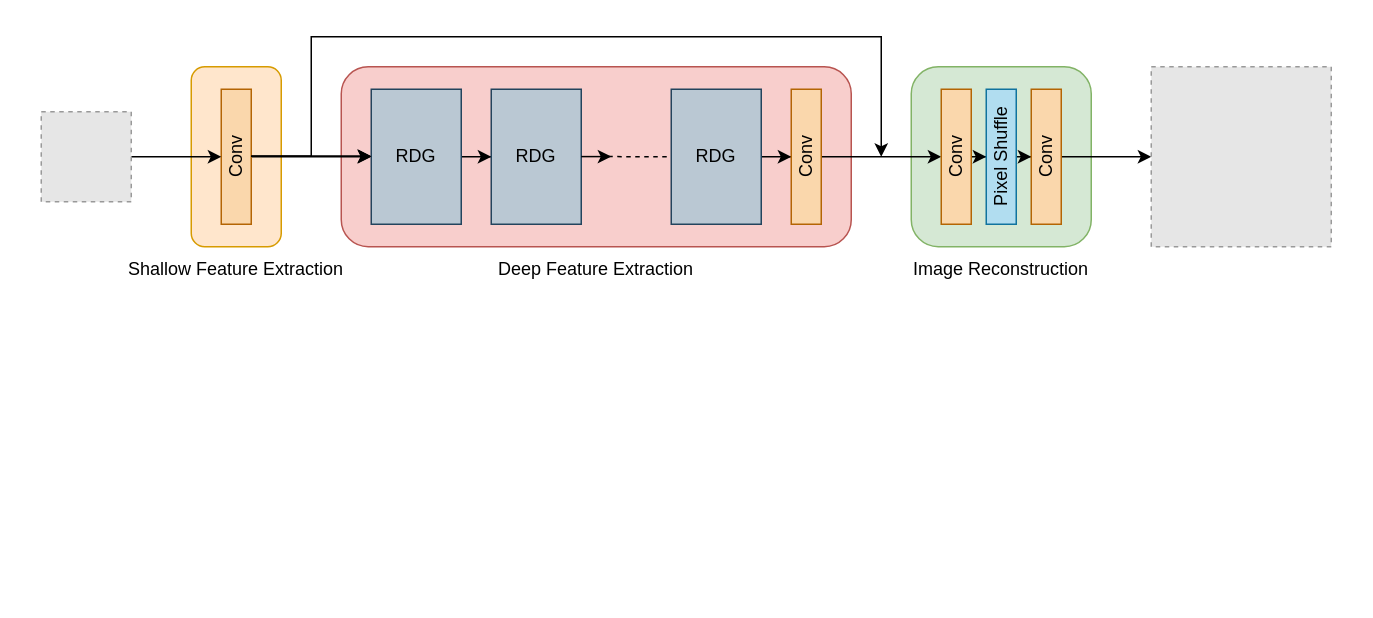
Above: 流程.drawio in hezhiyang2000/weather (draw.io), before the change. Source tidied: cells renumbered, new cells numbered last; positions are measured from the earlier drawing's top-left corner, leaving out a move shared by most shapes. Both pictures are drawn from the tidied source at 150%, with x=0, y=0 at pixel (40, 36). Pictures stored in the file or linked from it are replaced by grey dashed boxes.
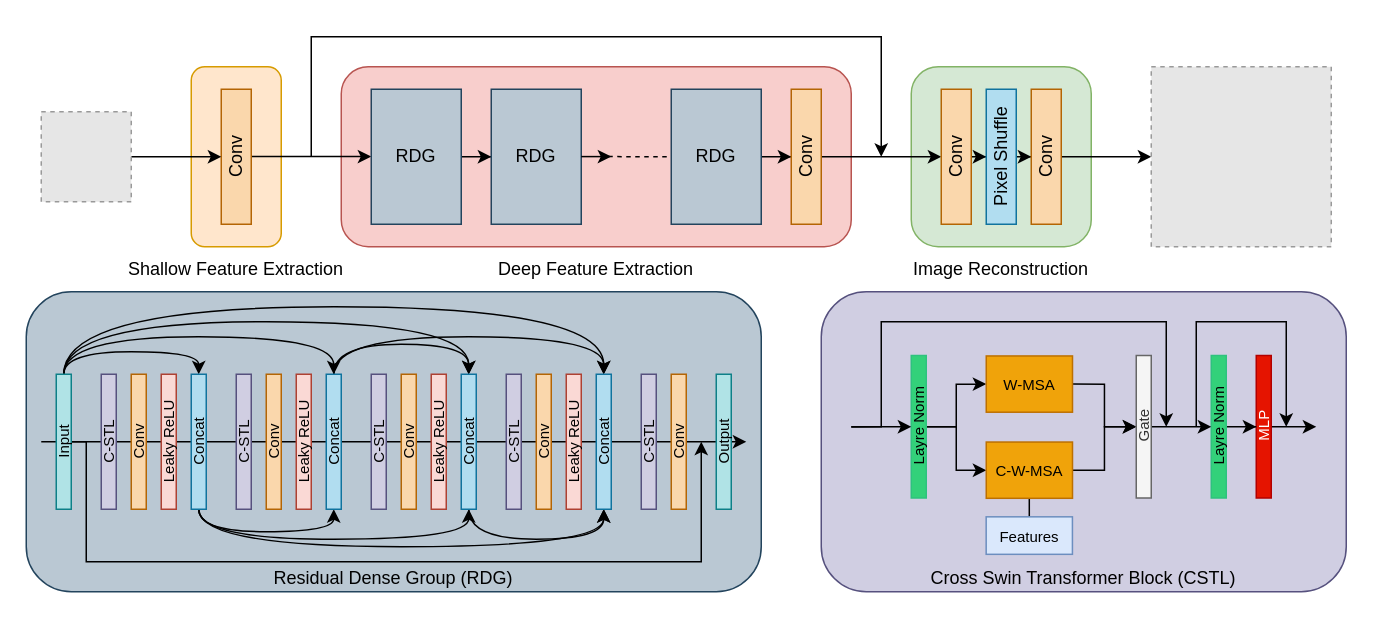
Above is the later version.

The change refers to these unchanged cells:
```xml
<mxCell id="6" value="Conv" style="rounded=0;whiteSpace=wrap;html=1;fillColor=#fad7ac;strokeColor=#b46504;labelBackgroundColor=none;labelBorderColor=none;verticalAlign=middle;horizontal=0;" parent="1" vertex="1">
  <mxGeometry x="120" y="35" width="20" height="90" as="geometry" />
</mxCell>
<mxCell id="8" value="RDG" style="rounded=0;whiteSpace=wrap;html=1;fillColor=#bac8d3;strokeColor=#23445d;" parent="1" vertex="1">
  <mxGeometry x="220" y="35" width="60" height="90" as="geometry" />
</mxCell>
<mxCell id="13" value="Conv" style="rounded=0;whiteSpace=wrap;html=1;fillColor=#fad7ac;strokeColor=#b46504;horizontal=0;" parent="1" vertex="1">
  <mxGeometry x="500" y="35" width="20" height="90" as="geometry" />
</mxCell>
```

Change to the diagram source:
```diff
@@
+    <mxCell id="31" value="Residual Dense Group (RDG)" style="rounded=1;whiteSpace=wrap;html=1;fillColor=#bac8d3;strokeColor=#23445d;verticalAlign=bottom;" parent="1" vertex="1">
+      <mxGeometry x="-10" y="170" width="490" height="200" as="geometry" />
+    </mxCell>
+    <mxCell id="32" style="endArrow=classic;html=1;rounded=0;" parent="1" edge="1">
+      <mxGeometry relative="1" as="geometry">
+        <mxPoint y="270" as="sourcePoint" />
+        <mxPoint x="470" y="270" as="targetPoint" />
+      </mxGeometry>
+    </mxCell>
@@
-    <mxCell id="5" style="edgeStyle=orthogonalEdgeStyle;rounded=0;jettySize=auto;html=1;" parent="1" edge="1" source="6" target="8">
-      <mxGeometry relative="1" as="geometry" />
+    <mxCell id="5" style="edgeStyle=orthogonalEdgeStyle;rounded=0;orthogonalLoop=1;jettySize=auto;html=1;" parent="1" edge="1">
+      <mxGeometry relative="1" as="geometry">
+        <mxPoint x="140" y="79.9" as="sourcePoint" />
+        <mxPoint x="220" y="79.9" as="targetPoint" />
+      </mxGeometry>
     </mxCell>
@@
-    <mxCell id="12" style="edgeStyle=orthogonalEdgeStyle;rounded=0;jettySize=auto;html=1;" parent="1" edge="1" source="13" target="17">
+    <mxCell id="12" style="edgeStyle=orthogonalEdgeStyle;rounded=0;jettySize=auto;html=1;entryX=0;entryY=0.5;entryDx=0;entryDy=0;" parent="1" edge="1" source="13" target="17">
       <mxGeometry relative="1" as="geometry" />
     </mxCell>
@@
-    <mxCell id="16" style="edgeStyle=orthogonalEdgeStyle;rounded=0;jettySize=auto;html=1;" parent="1" edge="1" source="17" target="19">
-      <mxGeometry relative="1" as="geometry" />
-    </mxCell>
-    <mxCell id="17" value="Conv" style="rounded=0;whiteSpace=wrap;html=1;fillColor=#fad7ac;strokeColor=#b46504;horizontal=0;" parent="1" vertex="1">
-      <mxGeometry x="600" y="35" width="20" height="90" as="geometry" />
-    </mxCell>
@@
-    <mxCell id="19" value="Pixel Shuffle" style="rounded=0;whiteSpace=wrap;html=1;fillColor=#b1ddf0;strokeColor=#10739e;horizontal=0;" parent="1" vertex="1">
-      <mxGeometry x="630" y="35" width="20" height="90" as="geometry" />
-    </mxCell>
@@
-    <mxCell id="28" style="edgeStyle=orthogonalEdgeStyle;rounded=0;orthogonalLoop=1;jettySize=auto;html=1;" parent="1" edge="1">
-      <mxGeometry relative="1" as="geometry">
-        <mxPoint x="140" y="79.7" as="sourcePoint" />
-        <mxPoint x="220" y="79.7" as="targetPoint" />
-      </mxGeometry>
-    </mxCell>
-    <mxCell id="29" style="edgeStyle=orthogonalEdgeStyle;rounded=0;orthogonalLoop=1;jettySize=auto;html=1;" parent="1" edge="1">
-      <mxGeometry relative="1" as="geometry">
-        <mxPoint x="140" y="79.7" as="sourcePoint" />
-        <mxPoint x="220" y="79.7" as="targetPoint" />
-      </mxGeometry>
-    </mxCell>
     <mxCell id="30" style="edgeStyle=orthogonalEdgeStyle;rounded=0;orthogonalLoop=1;jettySize=auto;html=1;" parent="1" edge="1">
       <mxGeometry relative="1" as="geometry">
-        <mxPoint x="140" y="79.7" as="sourcePoint" />
+        <mxPoint x="180" y="80" as="sourcePoint" />
         <mxPoint x="560" y="80" as="targetPoint" />
         <Array as="points">
           <mxPoint x="180" y="80" />
           <mxPoint x="180" />
           <mxPoint x="560" />
           <mxPoint x="560" y="80" />
         </Array>
       </mxGeometry>
     </mxCell>
+    <mxCell id="33" style="edgeStyle=orthogonalEdgeStyle;rounded=0;jettySize=auto;html=1;entryX=0.5;entryY=0;entryDx=0;entryDy=0;curved=1;exitX=0.5;exitY=0;exitDx=0;exitDy=0;" parent="1" edge="1" source="38" target="45">
+      <mxGeometry relative="1" as="geometry">
+        <Array as="points">
+          <mxPoint x="15" y="210" />
+          <mxPoint x="105" y="210" />
+        </Array>
+      </mxGeometry>
+    </mxCell>
+    <mxCell id="34" style="edgeStyle=orthogonalEdgeStyle;rounded=0;orthogonalLoop=1;jettySize=auto;html=1;entryX=0.5;entryY=0;entryDx=0;entryDy=0;curved=1;exitX=0.5;exitY=0;exitDx=0;exitDy=0;" parent="1" edge="1">
+      <mxGeometry relative="1" as="geometry">
+        <mxPoint x="15" y="225" as="sourcePoint" />
+        <mxPoint x="195" y="225" as="targetPoint" />
+        <Array as="points">
+          <mxPoint x="15" y="200" />
+          <mxPoint x="195" y="200" />
+        </Array>
+      </mxGeometry>
+    </mxCell>
+    <mxCell id="35" style="edgeStyle=orthogonalEdgeStyle;rounded=0;jettySize=auto;html=1;entryX=0.5;entryY=0;entryDx=0;entryDy=0;curved=1;exitX=0.5;exitY=0;exitDx=0;exitDy=0;" parent="1" edge="1" source="38" target="56">
+      <mxGeometry relative="1" as="geometry">
+        <Array as="points">
+          <mxPoint x="15" y="190" />
+          <mxPoint x="285" y="190" />
+        </Array>
+      </mxGeometry>
+    </mxCell>
+    <mxCell id="36" style="edgeStyle=orthogonalEdgeStyle;rounded=0;jettySize=auto;html=1;entryX=0.5;entryY=0;entryDx=0;entryDy=0;curved=1;exitX=0.5;exitY=0;exitDx=0;exitDy=0;" parent="1" edge="1" source="38" target="60">
+      <mxGeometry relative="1" as="geometry">
+        <Array as="points">
+          <mxPoint x="15" y="180" />
+          <mxPoint x="375" y="180" />
+        </Array>
+      </mxGeometry>
+    </mxCell>
+    <mxCell id="37" style="edgeStyle=orthogonalEdgeStyle;rounded=0;jettySize=auto;html=1;" parent="1" edge="1" source="38">
+      <mxGeometry relative="1" as="geometry">
+        <mxPoint x="440" y="270" as="targetPoint" />
+        <Array as="points">
+          <mxPoint x="30" y="270" />
+          <mxPoint x="30" y="350" />
+          <mxPoint x="440" y="350" />
+        </Array>
+      </mxGeometry>
+    </mxCell>
+    <mxCell id="38" value="Input" style="rounded=0;whiteSpace=wrap;html=1;fillColor=#b0e3e6;strokeColor=#0e8088;labelBackgroundColor=none;labelBorderColor=none;verticalAlign=middle;horizontal=0;fontSize=10;" parent="1" vertex="1">
+      <mxGeometry x="10" y="225" width="10" height="90" as="geometry" />
+    </mxCell>
+    <mxCell id="39" value="C-STL" style="rounded=0;whiteSpace=wrap;html=1;fillColor=#d0cee2;strokeColor=#56517e;labelBackgroundColor=none;labelBorderColor=none;verticalAlign=middle;horizontal=0;fontSize=10;" parent="1" vertex="1">
+      <mxGeometry x="40" y="225" width="10" height="90" as="geometry" />
+    </mxCell>
+    <mxCell id="40" value="Conv" style="rounded=0;whiteSpace=wrap;html=1;fillColor=#fad7ac;strokeColor=#b46504;labelBackgroundColor=none;labelBorderColor=none;verticalAlign=middle;horizontal=0;fontSize=10;" parent="1" vertex="1">
+      <mxGeometry x="60" y="225" width="10" height="90" as="geometry" />
+    </mxCell>
+    <mxCell id="41" value="Leaky ReLU" style="rounded=0;whiteSpace=wrap;html=1;fillColor=#fad9d5;strokeColor=#ae4132;labelBackgroundColor=none;labelBorderColor=none;verticalAlign=middle;horizontal=0;fontSize=10;" parent="1" vertex="1">
+      <mxGeometry x="80" y="225" width="10" height="90" as="geometry" />
+    </mxCell>
+    <mxCell id="42" style="edgeStyle=orthogonalEdgeStyle;rounded=0;jettySize=auto;html=1;entryX=0.5;entryY=1;entryDx=0;entryDy=0;curved=1;exitX=0.5;exitY=1;exitDx=0;exitDy=0;" parent="1" edge="1" source="45" target="51">
+      <mxGeometry relative="1" as="geometry">
+        <Array as="points">
+          <mxPoint x="105" y="330" />
+          <mxPoint x="195" y="330" />
+        </Array>
+      </mxGeometry>
+    </mxCell>
+    <mxCell id="43" style="edgeStyle=orthogonalEdgeStyle;rounded=0;jettySize=auto;html=1;entryX=0.5;entryY=1;entryDx=0;entryDy=0;curved=1;exitX=0.5;exitY=1;exitDx=0;exitDy=0;" parent="1" edge="1" source="45" target="56">
+      <mxGeometry relative="1" as="geometry" />
+    </mxCell>
+    <mxCell id="44" style="edgeStyle=orthogonalEdgeStyle;rounded=0;jettySize=auto;html=1;entryX=0.5;entryY=1;entryDx=0;entryDy=0;curved=1;exitX=0.5;exitY=1;exitDx=0;exitDy=0;" parent="1" edge="1" source="45" target="60">
+      <mxGeometry relative="1" as="geometry">
+        <Array as="points">
+          <mxPoint x="105" y="340" />
+          <mxPoint x="375" y="340" />
+        </Array>
+      </mxGeometry>
+    </mxCell>
+    <mxCell id="45" value="Concat" style="rounded=0;whiteSpace=wrap;html=1;fillColor=#b1ddf0;strokeColor=#10739e;labelBackgroundColor=none;labelBorderColor=none;verticalAlign=middle;horizontal=0;fontSize=10;" parent="1" vertex="1">
+      <mxGeometry x="100" y="225" width="10" height="90" as="geometry" />
+    </mxCell>
+    <mxCell id="46" value="C-STL" style="rounded=0;whiteSpace=wrap;html=1;fillColor=#d0cee2;strokeColor=#56517e;labelBackgroundColor=none;labelBorderColor=none;verticalAlign=middle;horizontal=0;fontSize=10;" parent="1" vertex="1">
+      <mxGeometry x="130" y="225" width="10" height="90" as="geometry" />
+    </mxCell>
+    <mxCell id="47" value="Conv" style="rounded=0;whiteSpace=wrap;html=1;fillColor=#fad7ac;strokeColor=#b46504;labelBackgroundColor=none;labelBorderColor=none;verticalAlign=middle;horizontal=0;fontSize=10;" parent="1" vertex="1">
+      <mxGeometry x="150" y="225" width="10" height="90" as="geometry" />
+    </mxCell>
+    <mxCell id="48" value="Leaky ReLU" style="rounded=0;whiteSpace=wrap;html=1;fillColor=#fad9d5;strokeColor=#ae4132;labelBackgroundColor=none;labelBorderColor=none;verticalAlign=middle;horizontal=0;fontSize=10;" parent="1" vertex="1">
+      <mxGeometry x="170" y="225" width="10" height="90" as="geometry" />
+    </mxCell>
+    <mxCell id="49" style="edgeStyle=orthogonalEdgeStyle;rounded=0;jettySize=auto;html=1;entryX=0.5;entryY=0;entryDx=0;entryDy=0;curved=1;exitX=0.5;exitY=0;exitDx=0;exitDy=0;" parent="1" edge="1" source="51" target="56">
+      <mxGeometry relative="1" as="geometry" />
+    </mxCell>
+    <mxCell id="50" style="edgeStyle=orthogonalEdgeStyle;rounded=0;jettySize=auto;html=1;entryX=0.5;entryY=0;entryDx=0;entryDy=0;curved=1;exitX=0.5;exitY=0;exitDx=0;exitDy=0;" parent="1" edge="1" source="51" target="60">
+      <mxGeometry relative="1" as="geometry">
+        <Array as="points">
+          <mxPoint x="195" y="200" />
+          <mxPoint x="375" y="200" />
+        </Array>
+      </mxGeometry>
+    </mxCell>
+    <mxCell id="51" value="Concat" style="rounded=0;whiteSpace=wrap;html=1;fillColor=#b1ddf0;strokeColor=#10739e;labelBackgroundColor=none;labelBorderColor=none;verticalAlign=middle;horizontal=0;fontSize=10;" parent="1" vertex="1">
+      <mxGeometry x="190" y="225" width="10" height="90" as="geometry" />
+    </mxCell>
+    <mxCell id="52" value="C-STL" style="rounded=0;whiteSpace=wrap;html=1;fillColor=#d0cee2;strokeColor=#56517e;labelBackgroundColor=none;labelBorderColor=none;verticalAlign=middle;horizontal=0;fontSize=10;" parent="1" vertex="1">
+      <mxGeometry x="220" y="225" width="10" height="90" as="geometry" />
+    </mxCell>
+    <mxCell id="53" value="Conv" style="rounded=0;whiteSpace=wrap;html=1;fillColor=#fad7ac;strokeColor=#b46504;labelBackgroundColor=none;labelBorderColor=none;verticalAlign=middle;horizontal=0;fontSize=10;" parent="1" vertex="1">
+      <mxGeometry x="240" y="225" width="10" height="90" as="geometry" />
+    </mxCell>
+    <mxCell id="54" value="Leaky ReLU" style="rounded=0;whiteSpace=wrap;html=1;fillColor=#fad9d5;strokeColor=#ae4132;labelBackgroundColor=none;labelBorderColor=none;verticalAlign=middle;horizontal=0;fontSize=10;" parent="1" vertex="1">
+      <mxGeometry x="260" y="225" width="10" height="90" as="geometry" />
+    </mxCell>
+    <mxCell id="55" style="edgeStyle=orthogonalEdgeStyle;rounded=0;jettySize=auto;html=1;entryX=0.5;entryY=1;entryDx=0;entryDy=0;curved=1;exitX=0.5;exitY=1;exitDx=0;exitDy=0;" parent="1" edge="1" source="56" target="60">
+      <mxGeometry relative="1" as="geometry" />
+    </mxCell>
+    <mxCell id="56" value="Concat" style="rounded=0;whiteSpace=wrap;html=1;fillColor=#b1ddf0;strokeColor=#10739e;labelBackgroundColor=none;labelBorderColor=none;verticalAlign=middle;horizontal=0;fontSize=10;" parent="1" vertex="1">
+      <mxGeometry x="280" y="225" width="10" height="90" as="geometry" />
+    </mxCell>
+    <mxCell id="57" value="C-STL" style="rounded=0;whiteSpace=wrap;html=1;fillColor=#d0cee2;strokeColor=#56517e;labelBackgroundColor=none;labelBorderColor=none;verticalAlign=middle;horizontal=0;fontSize=10;" parent="1" vertex="1">
+      <mxGeometry x="310" y="225" width="10" height="90" as="geometry" />
+    </mxCell>
+    <mxCell id="58" value="Conv" style="rounded=0;whiteSpace=wrap;html=1;fillColor=#fad7ac;strokeColor=#b46504;labelBackgroundColor=none;labelBorderColor=none;verticalAlign=middle;horizontal=0;fontSize=10;" parent="1" vertex="1">
+      <mxGeometry x="330" y="225" width="10" height="90" as="geometry" />
+    </mxCell>
+    <mxCell id="59" value="Leaky ReLU" style="rounded=0;whiteSpace=wrap;html=1;fillColor=#fad9d5;strokeColor=#ae4132;labelBackgroundColor=none;labelBorderColor=none;verticalAlign=middle;horizontal=0;fontSize=10;" parent="1" vertex="1">
+      <mxGeometry x="350" y="225" width="10" height="90" as="geometry" />
+    </mxCell>
+    <mxCell id="60" value="Concat" style="rounded=0;whiteSpace=wrap;html=1;fillColor=#b1ddf0;strokeColor=#10739e;labelBackgroundColor=none;labelBorderColor=none;verticalAlign=middle;horizontal=0;fontSize=10;" parent="1" vertex="1">
+      <mxGeometry x="370" y="225" width="10" height="90" as="geometry" />
+    </mxCell>
+    <mxCell id="61" value="C-STL" style="rounded=0;whiteSpace=wrap;html=1;fillColor=#d0cee2;strokeColor=#56517e;labelBackgroundColor=none;labelBorderColor=none;verticalAlign=middle;horizontal=0;fontSize=10;" parent="1" vertex="1">
+      <mxGeometry x="400" y="225" width="10" height="90" as="geometry" />
+    </mxCell>
+    <mxCell id="62" value="Conv" style="rounded=0;whiteSpace=wrap;html=1;fillColor=#fad7ac;strokeColor=#b46504;labelBackgroundColor=none;labelBorderColor=none;verticalAlign=middle;horizontal=0;fontSize=10;" parent="1" vertex="1">
+      <mxGeometry x="420" y="225" width="10" height="90" as="geometry" />
+    </mxCell>
+    <mxCell id="63" value="Output" style="rounded=0;whiteSpace=wrap;html=1;fillColor=#b0e3e6;strokeColor=#0e8088;labelBackgroundColor=none;labelBorderColor=none;verticalAlign=middle;horizontal=0;fontSize=10;" parent="1" vertex="1">
+      <mxGeometry x="450" y="225" width="10" height="90" as="geometry" />
+    </mxCell>
+    <mxCell id="64" value="Cross Swin Transformer Block (CSTL)" style="rounded=1;whiteSpace=wrap;html=1;fillColor=#d0cee2;strokeColor=#56517e;verticalAlign=bottom;" parent="1" vertex="1">
+      <mxGeometry x="520" y="170" width="350" height="200" as="geometry" />
+    </mxCell>
+    <mxCell id="16" style="edgeStyle=orthogonalEdgeStyle;rounded=0;jettySize=auto;html=1;" parent="1" edge="1" source="17" target="19">
+      <mxGeometry relative="1" as="geometry" />
+    </mxCell>
+    <mxCell id="17" value="Conv" style="rounded=0;whiteSpace=wrap;html=1;fillColor=#fad7ac;strokeColor=#b46504;horizontal=0;" parent="1" vertex="1">
+      <mxGeometry x="600" y="35" width="20" height="90" as="geometry" />
+    </mxCell>
+    <mxCell id="65" style="edgeStyle=orthogonalEdgeStyle;rounded=0;jettySize=auto;html=1;" parent="1" edge="1" source="67" target="69">
+      <mxGeometry relative="1" as="geometry" />
+    </mxCell>
+    <mxCell id="66" style="edgeStyle=orthogonalEdgeStyle;rounded=0;jettySize=auto;html=1;" parent="1" edge="1" source="67" target="82">
+      <mxGeometry relative="1" as="geometry" />
+    </mxCell>
+    <mxCell id="67" value="Layre Norm" style="rounded=0;whiteSpace=wrap;html=1;fillColor=light-dark(#33d17a, #4b2d08);strokeColor=light-dark(#2ec27e, #ededed);labelBackgroundColor=none;labelBorderColor=none;verticalAlign=middle;horizontal=0;fontSize=10;" parent="1" vertex="1">
+      <mxGeometry x="580" y="212.5" width="10" height="95" as="geometry" />
+    </mxCell>
+    <mxCell id="68" style="edgeStyle=orthogonalEdgeStyle;rounded=0;jettySize=auto;html=1;entryX=0;entryY=0.5;entryDx=0;entryDy=0;" parent="1" edge="1" source="69" target="77">
+      <mxGeometry relative="1" as="geometry" />
+    </mxCell>
+    <mxCell id="69" value="W-MSA" style="rounded=0;whiteSpace=wrap;html=1;fillColor=#f0a30a;strokeColor=#BD7000;labelBackgroundColor=none;labelBorderColor=none;verticalAlign=middle;horizontal=0;fontSize=10;fontColor=#000000;rotation=90;" parent="1" vertex="1">
+      <mxGeometry x="640" y="202.8" width="37.5" height="57.5" as="geometry" />
+    </mxCell>
+    <mxCell id="70" style="edgeStyle=orthogonalEdgeStyle;rounded=0;jettySize=auto;html=1;" parent="1" edge="1" source="71">
+      <mxGeometry relative="1" as="geometry">
+        <mxPoint x="850" y="260" as="targetPoint" />
+      </mxGeometry>
+    </mxCell>
+    <mxCell id="71" value="MLP" style="rounded=0;whiteSpace=wrap;html=1;fillColor=#e51400;strokeColor=#B20000;labelBackgroundColor=none;labelBorderColor=none;verticalAlign=middle;horizontal=0;fontSize=10;fontColor=#ffffff;" parent="1" vertex="1">
+      <mxGeometry x="810" y="212.5" width="10" height="95" as="geometry" />
+    </mxCell>
+    <mxCell id="72" style="edgeStyle=orthogonalEdgeStyle;rounded=0;jettySize=auto;html=1;entryX=0;entryY=0.5;entryDx=0;entryDy=0;" parent="1" edge="1" source="73" target="71">
+      <mxGeometry relative="1" as="geometry" />
+    </mxCell>
+    <mxCell id="73" value="Layre Norm" style="rounded=0;whiteSpace=wrap;html=1;fillColor=light-dark(#33d17a, #4b2d08);strokeColor=light-dark(#2ec27e, #ededed);labelBackgroundColor=none;labelBorderColor=none;verticalAlign=middle;horizontal=0;fontSize=10;" parent="1" vertex="1">
+      <mxGeometry x="780" y="212.5" width="10" height="95" as="geometry" />
+    </mxCell>
+    <mxCell id="19" value="Pixel Shuffle" style="rounded=0;whiteSpace=wrap;html=1;fillColor=#b1ddf0;strokeColor=#10739e;horizontal=0;" parent="1" vertex="1">
+      <mxGeometry x="630" y="35" width="20" height="90" as="geometry" />
+    </mxCell>
+    <mxCell id="74" style="endArrow=classic;html=1;rounded=0;entryX=0;entryY=0.5;entryDx=0;entryDy=0;" parent="1" edge="1" target="67">
+      <mxGeometry relative="1" as="geometry">
+        <mxPoint x="540" y="260" as="sourcePoint" />
+      </mxGeometry>
+    </mxCell>
+    <mxCell id="75" style="edgeStyle=orthogonalEdgeStyle;rounded=0;jettySize=auto;html=1;entryX=0;entryY=0.5;entryDx=0;entryDy=0;" parent="1" edge="1" source="82" target="77">
+      <mxGeometry relative="1" as="geometry" />
+    </mxCell>
+    <mxCell id="76" style="edgeStyle=orthogonalEdgeStyle;rounded=0;jettySize=auto;html=1;entryX=0;entryY=0.5;entryDx=0;entryDy=0;" parent="1" edge="1" source="77" target="73">
+      <mxGeometry relative="1" as="geometry" />
+    </mxCell>
+    <mxCell id="77" value="Gate" style="rounded=0;whiteSpace=wrap;html=1;fillColor=#f5f5f5;strokeColor=#666666;labelBackgroundColor=none;labelBorderColor=none;verticalAlign=middle;horizontal=0;fontSize=10;fontColor=#333333;" parent="1" vertex="1">
+      <mxGeometry x="730" y="212.5" width="10" height="95" as="geometry" />
+    </mxCell>
+    <mxCell id="78" style="endArrow=classic;html=1;rounded=0;" parent="1" edge="1">
+      <mxGeometry relative="1" as="geometry">
+        <mxPoint x="540" y="260.2" as="sourcePoint" />
+        <mxPoint x="750" y="260" as="targetPoint" />
+        <Array as="points">
+          <mxPoint x="560" y="260" />
+          <mxPoint x="560" y="190" />
+          <mxPoint x="650" y="190" />
+          <mxPoint x="750" y="190" />
+        </Array>
+      </mxGeometry>
+    </mxCell>
+    <mxCell id="79" style="endArrow=classic;html=1;rounded=0;" parent="1" edge="1">
+      <mxGeometry relative="1" as="geometry">
+        <mxPoint x="770" y="260" as="sourcePoint" />
+        <mxPoint x="830" y="260" as="targetPoint" />
+        <Array as="points">
+          <mxPoint x="770" y="190" />
+          <mxPoint x="800" y="190" />
+          <mxPoint x="830" y="190" />
+        </Array>
+      </mxGeometry>
+    </mxCell>
+    <mxCell id="80" style="edgeStyle=orthogonalEdgeStyle;rounded=0;jettySize=auto;html=1;entryX=1;entryY=0.5;entryDx=0;entryDy=0;" parent="1" edge="1" source="81" target="82">
+      <mxGeometry relative="1" as="geometry" />
+    </mxCell>
+    <mxCell id="81" value="Features" style="rounded=0;whiteSpace=wrap;html=1;fillColor=#dae8fc;strokeColor=#6c8ebf;labelBackgroundColor=none;labelBorderColor=none;verticalAlign=middle;horizontal=0;fontSize=10;rotation=90;" parent="1" vertex="1">
+      <mxGeometry x="646.2" y="303.8" width="25" height="57.5" as="geometry" />
+    </mxCell>
+    <mxCell id="82" value="C-W-MSA" style="rounded=0;whiteSpace=wrap;html=1;fillColor=#f0a30a;strokeColor=#BD7000;labelBackgroundColor=none;labelBorderColor=none;verticalAlign=middle;horizontal=0;fontSize=10;fontColor=#000000;rotation=90;" parent="1" vertex="1">
+      <mxGeometry x="640" y="260.2" width="37.5" height="57.5" as="geometry" />
+    </mxCell>
```
